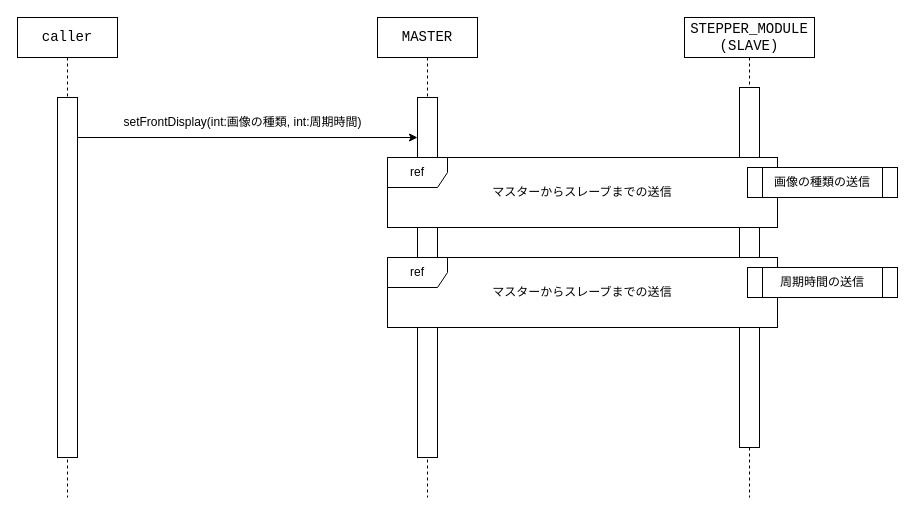
Above: page "フロントディスプレイ_ディスプレイ送信" (8 of 9) of doc/AvatarTranstexhter_wire_core_sequence.drawio in tremagiro/AvatarTranstexhter_wire_core (draw.io), before the change. Source tidied: cells renumbered, new cells numbered last; positions are measured from the earlier drawing's top-left corner, leaving out a move shared by most shapes. Both pictures are drawn from the tidied source at 100%, with x=0, y=0 at pixel (17, 17).
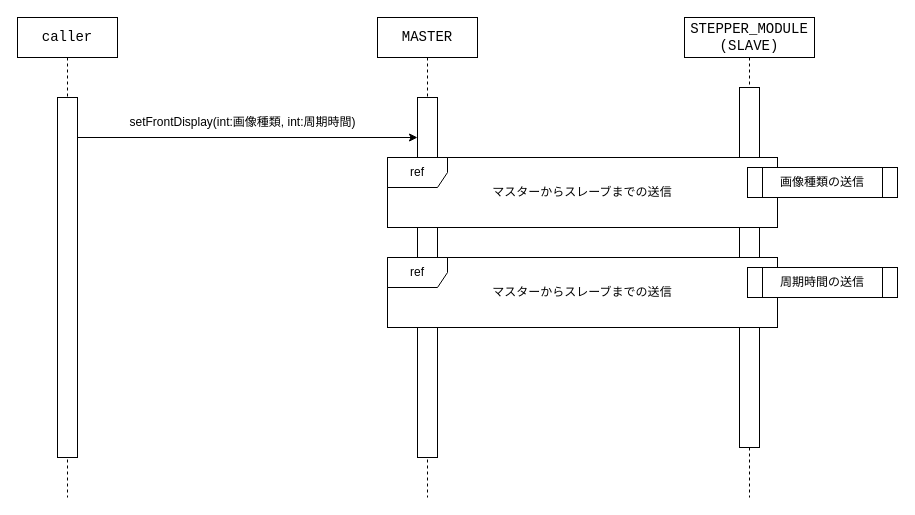
The same diagram, later.

The edit, as a diff of the source:
```diff
@@
 <mxGraphModel>
   <root>
     <mxCell id="0" />
     <mxCell id="1" parent="0" />
     <mxCell id="2" value="&lt;span style=&quot;font-family: Consolas, &amp;quot;Courier New&amp;quot;, monospace; font-size: 14px; white-space: pre; background-color: rgb(255, 255, 255);&quot;&gt;MASTER&lt;/span&gt;" style="shape=umlLifeline;perimeter=lifelinePerimeter;whiteSpace=wrap;html=1;newEdgeStyle={&quot;curved&quot;:0,&quot;rounded&quot;:0};" parent="1" vertex="1">
       <mxGeometry x="360" width="100" height="480" as="geometry" />
     </mxCell>
     <mxCell id="3" style="html=1;points=[[0,0,0,0,5],[0,1,0,0,-5],[1,0,0,0,5],[1,1,0,0,-5]];perimeter=orthogonalPerimeter;outlineConnect=0;targetShapes=umlLifeline;portConstraint=eastwest;newEdgeStyle={&quot;curved&quot;:0,&quot;rounded&quot;:0};" parent="2" vertex="1">
       <mxGeometry x="40" y="80" width="20" height="360" as="geometry" />
     </mxCell>
     <mxCell id="4" value="&lt;div&gt;&lt;span style=&quot;font-family: Consolas, &amp;quot;Courier New&amp;quot;, monospace; font-size: 14px; white-space: pre; background-color: rgb(255, 255, 255);&quot;&gt;STEPPER_MODULE&lt;/span&gt;&lt;/div&gt;&lt;span style=&quot;font-family: Consolas, &amp;quot;Courier New&amp;quot;, monospace; font-size: 14px; white-space: pre; background-color: rgb(255, 255, 255);&quot;&gt;(SLAVE)&lt;/span&gt;" style="shape=umlLifeline;perimeter=lifelinePerimeter;whiteSpace=wrap;html=1;newEdgeStyle={&quot;curved&quot;:0,&quot;rounded&quot;:0};" parent="1" vertex="1">
       <mxGeometry x="667" width="130" height="480" as="geometry" />
     </mxCell>
     <mxCell id="5" style="html=1;perimeter=orthogonalPerimeter;targetShapes=umlLifeline;newEdgeStyle={&quot;curved&quot;:0,&quot;rounded&quot;:0};flipH=1;" parent="4" vertex="1">
       <mxGeometry x="55" y="70" width="20" height="360" as="geometry" />
     </mxCell>
     <mxCell id="6" style="group;" parent="1" vertex="1">
       <mxGeometry x="370" y="140" width="390" height="70" as="geometry" />
     </mxCell>
     <mxCell id="7" value="マスターからスレーブまでの送信" style="rounded=0;whiteSpace=wrap;html=1;" parent="6" vertex="1">
       <mxGeometry width="390" height="70" as="geometry" />
     </mxCell>
     <mxCell id="8" value="ref" style="shape=umlFrame;whiteSpace=wrap;html=1;fillColor=#FFFFFF;" parent="6" vertex="1">
       <mxGeometry width="390" height="70" as="geometry" />
     </mxCell>
     <mxCell id="9" value="&lt;span style=&quot;font-family: Consolas, &amp;quot;Courier New&amp;quot;, monospace; font-size: 14px; white-space: pre; background-color: rgb(255, 255, 255);&quot;&gt;caller&lt;/span&gt;" style="shape=umlLifeline;perimeter=lifelinePerimeter;whiteSpace=wrap;html=1;newEdgeStyle={&quot;curved&quot;:0,&quot;rounded&quot;:0};" parent="1" vertex="1">
       <mxGeometry width="100" height="480" as="geometry" />
     </mxCell>
     <mxCell id="10" style="html=1;perimeter=orthogonalPerimeter;targetShapes=umlLifeline;newEdgeStyle={&quot;curved&quot;:0,&quot;rounded&quot;:0};" parent="9" vertex="1">
       <mxGeometry x="40" y="80" width="20" height="360" as="geometry" />
     </mxCell>
     <mxCell id="11" style="endArrow=classic;html=1;rounded=0;" parent="1" edge="1" target="3">
       <mxGeometry relative="1" as="geometry">
         <mxPoint x="60" y="120" as="sourcePoint" />
       </mxGeometry>
     </mxCell>
-    <mxCell id="12" value="setFrontDisplay(int:画像の種類, int:周期時間)" style="text;html=1;align=center;verticalAlign=middle;strokeColor=none;fillColor=none;" parent="1" vertex="1">
-      <mxGeometry x="95" y="90" width="260" height="30" as="geometry" />
+    <mxCell id="12" value="setFrontDisplay(int:画像種類, int:周期時間)" style="text;html=1;align=center;verticalAlign=middle;strokeColor=none;fillColor=none;" parent="1" vertex="1">
+      <mxGeometry x="100" y="90" width="250" height="30" as="geometry" />
     </mxCell>
     <mxCell id="13" style="group;" parent="1" vertex="1">
       <mxGeometry x="370" y="240" width="390" height="70" as="geometry" />
     </mxCell>
     <mxCell id="14" value="マスターからスレーブまでの送信" style="rounded=0;whiteSpace=wrap;html=1;" parent="13" vertex="1">
       <mxGeometry width="390" height="70" as="geometry" />
     </mxCell>
     <mxCell id="15" value="ref" style="shape=umlFrame;whiteSpace=wrap;html=1;fillColor=#FFFFFF;" parent="13" vertex="1">
       <mxGeometry width="390" height="70" as="geometry" />
     </mxCell>
-    <mxCell id="16" value="画像の種類の送信" style="shape=process;whiteSpace=wrap;html=1;backgroundOutline=1;" parent="1" vertex="1">
+    <mxCell id="16" value="画像種類の送信" style="shape=process;whiteSpace=wrap;html=1;backgroundOutline=1;" parent="1" vertex="1">
       <mxGeometry x="730" y="150" width="150" height="30" as="geometry" />
     </mxCell>
     <mxCell id="17" value="周期時間の送信" style="shape=process;whiteSpace=wrap;html=1;backgroundOutline=1;" parent="1" vertex="1">
       <mxGeometry x="730" y="250" width="150" height="30" as="geometry" />
     </mxCell>
   </root>
 </mxGraphModel>
```
